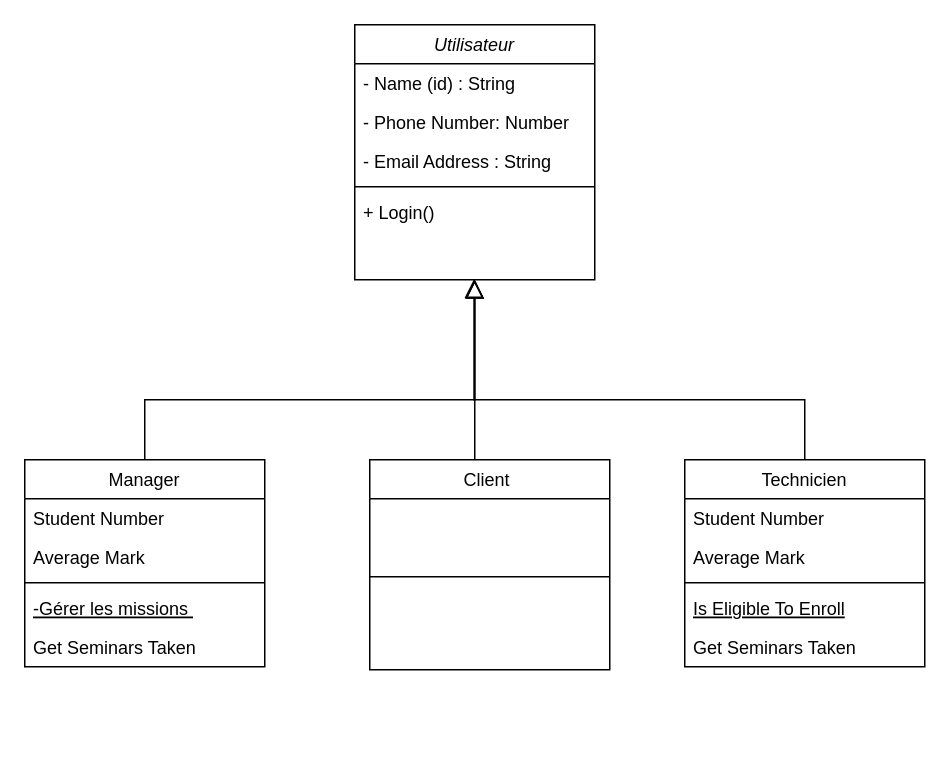
Above: Untitled Diagram.drawio in Hassen-DOGHMEN/stage (draw.io), before the change. Source tidied: cells renumbered, new cells numbered last; positions are measured from the earlier drawing's top-left corner, leaving out a move shared by most shapes. Both pictures are drawn from the tidied source at 150%, with x=0, y=0 at pixel (24, 24).
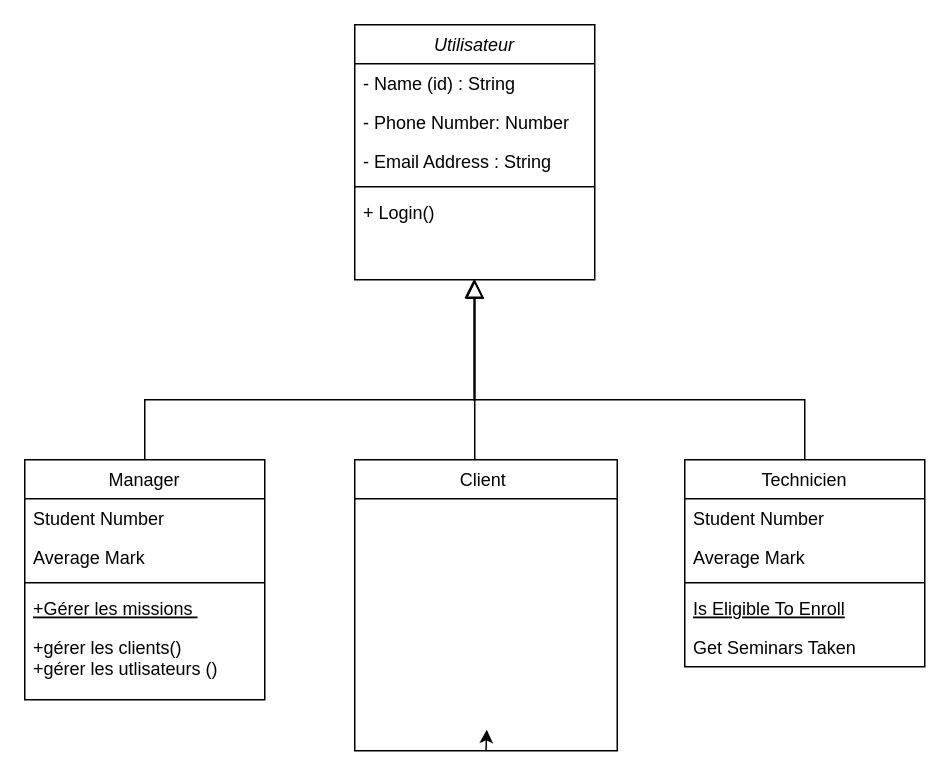
The same diagram, later.

The edit, as a diff of the source:
```diff
@@
     <mxCell id="8" value="Manager" style="swimlane;fontStyle=0;align=center;verticalAlign=top;horizontal=1;startSize=26;rounded=0;shadow=0;strokeWidth=1;" parent="1" vertex="1">
-      <mxGeometry y="290" width="160" height="138" as="geometry" />
+      <mxGeometry y="290" width="160" height="160" as="geometry" />
     </mxCell>
@@
-    <mxCell id="12" value="-Gérer les missions " style="text;align=left;verticalAlign=top;spacingLeft=4;spacingRight=4;overflow=hidden;fontStyle=4;" parent="8" vertex="1">
+    <mxCell id="12" value="+Gérer les missions " style="text;align=left;verticalAlign=top;spacingLeft=4;spacingRight=4;overflow=hidden;fontStyle=4;" parent="8" vertex="1">
       <mxGeometry y="86" width="160" height="26" as="geometry" />
     </mxCell>
-    <mxCell id="13" value="Get Seminars Taken" style="text;align=left;verticalAlign=top;spacingLeft=4;spacingRight=4;overflow=hidden;" parent="8" vertex="1">
-      <mxGeometry y="112" width="160" height="26" as="geometry" />
+    <mxCell id="13" value="+gérer les clients() &#10;+gérer les utlisateurs () " style="text;align=left;verticalAlign=top;spacingLeft=4;spacingRight=4;overflow=hidden;" parent="8" vertex="1">
+      <mxGeometry y="112" width="160" height="38" as="geometry" />
     </mxCell>
@@
+    <mxCell id="25" style="edgeStyle=orthogonalEdgeStyle;rounded=0;jettySize=auto;html=1;exitX=0.5;exitY=1;exitDx=0;exitDy=0;" parent="1" edge="1" source="15">
+      <mxGeometry relative="1" as="geometry">
+        <mxPoint x="308" y="470" as="targetPoint" />
+      </mxGeometry>
+    </mxCell>
     <mxCell id="15" value="Client " style="swimlane;fontStyle=0;align=center;verticalAlign=top;horizontal=1;startSize=26;rounded=0;shadow=0;strokeWidth=1;" parent="1" vertex="1">
-      <mxGeometry x="230" y="290" width="160" height="140" as="geometry" />
+      <mxGeometry x="220" y="290" width="175" height="194" as="geometry" />
     </mxCell>
-    <mxCell id="16" style="line;html=1;strokeWidth=1;align=left;verticalAlign=middle;spacingTop=-1;spacingLeft=3;spacingRight=3;labelPosition=right;" parent="15" vertex="1">
-      <mxGeometry y="26" width="160" height="104" as="geometry" />
-    </mxCell>
```
